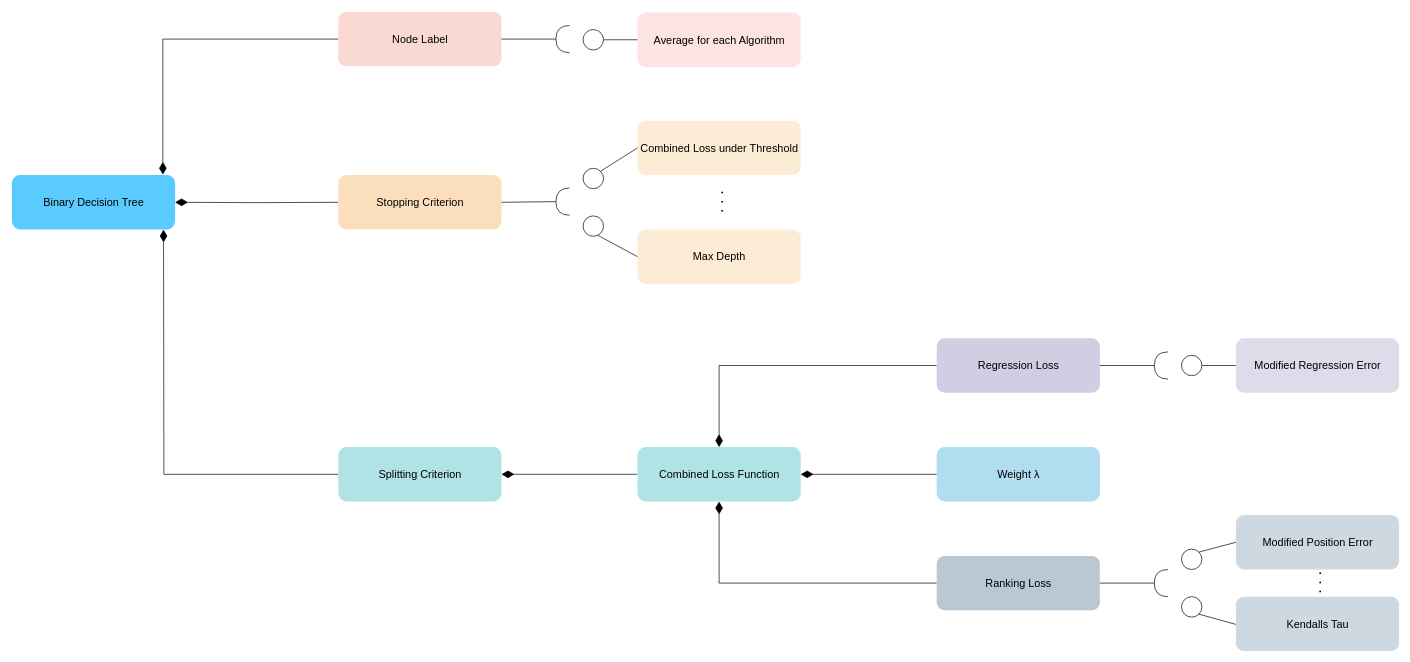
This is structure.drawio from LukasFehring/LukasFehring, a draw.io file, before an edit. Source tidied: cells renumbered, new cells numbered last; positions are measured from the earlier drawing's top-left corner, leaving out a move shared by most shapes. Both pictures are drawn from the tidied source at 68%, with x=0, y=0 at pixel (12, 12).
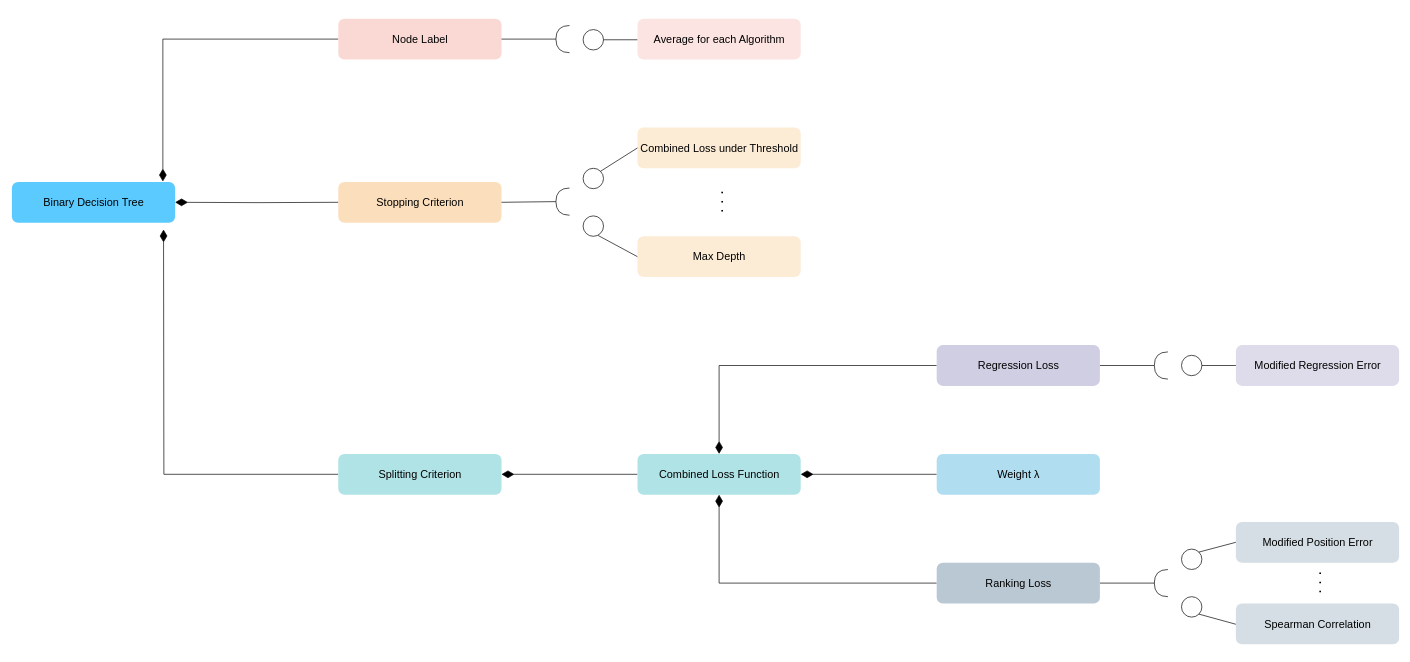
The same diagram, later.

Change to the diagram source:
```diff
@@
     <mxCell id="2" value="Binary Decision Tree" style="html=1;rounded=1;fontSize=16;fillColor=#16B4FF;strokeColor=none;gradientColor=none;opacity=70;" parent="1" vertex="1">
-      <mxGeometry y="240" width="240" height="80" as="geometry" />
+      <mxGeometry y="250" width="240" height="60" as="geometry" />
     </mxCell>
@@
     <mxCell id="6" value="Node Label" style="html=1;rounded=1;fontSize=16;fillColor=#fad9d5;strokeColor=none;rotation=0;" parent="1" vertex="1">
-      <mxGeometry x="480" width="240" height="80" as="geometry" />
+      <mxGeometry x="480" y="10" width="240" height="60" as="geometry" />
     </mxCell>
@@
     <mxCell id="9" value="Average for each Algorithm" style="html=1;rounded=1;fontSize=16;fillColor=#fad9d5;strokeColor=none;rotation=0;opacity=70;" parent="1" vertex="1">
-      <mxGeometry x="920" y="1" width="240" height="80" as="geometry" />
+      <mxGeometry x="920" y="10" width="240" height="60" as="geometry" />
     </mxCell>
     <mxCell id="10" value="Stopping Criterion" style="html=1;rounded=1;fontSize=16;fillColor=#fad7ac;strokeColor=none;rotation=0;opacity=80;" parent="1" vertex="1">
-      <mxGeometry x="480" y="240" width="240" height="80" as="geometry" />
+      <mxGeometry x="480" y="250" width="240" height="60" as="geometry" />
     </mxCell>
@@
     <mxCell id="13" value="Combined Loss under Threshold" style="html=1;rounded=1;fontSize=16;fillColor=#fad7ac;strokeColor=none;rotation=0;opacity=50;" parent="1" vertex="1">
-      <mxGeometry x="920" y="160" width="240" height="80" as="geometry" />
+      <mxGeometry x="920" y="170" width="240" height="60" as="geometry" />
     </mxCell>
@@
     <mxCell id="16" value="Max Depth" style="html=1;rounded=1;fontSize=16;fillColor=#fad7ac;strokeColor=none;rotation=0;opacity=50;" parent="1" vertex="1">
-      <mxGeometry x="920" y="320" width="240" height="80" as="geometry" />
+      <mxGeometry x="920" y="330" width="240" height="60" as="geometry" />
     </mxCell>
@@
     <mxCell id="18" value="Splitting Criterion" style="html=1;rounded=1;fontSize=16;fillColor=#b0e3e6;strokeColor=none;rotation=0;" parent="1" vertex="1">
-      <mxGeometry x="480" y="640" width="240" height="80" as="geometry" />
+      <mxGeometry x="480" y="650" width="240" height="60" as="geometry" />
     </mxCell>
@@
     <mxCell id="20" value="Combined Loss Function" style="html=1;rounded=1;fontSize=16;fillColor=#b0e3e6;rotation=0;strokeColor=none;" parent="1" vertex="1">
-      <mxGeometry x="920" y="640" width="240" height="80" as="geometry" />
+      <mxGeometry x="920" y="650" width="240" height="60" as="geometry" />
     </mxCell>
@@
     <mxCell id="23" value="Modified Regression Error" style="html=1;rounded=1;fontSize=16;fillColor=#d0cee2;strokeColor=none;rotation=0;opacity=70;" parent="1" vertex="1">
-      <mxGeometry x="1800" y="480" width="240" height="80" as="geometry" />
+      <mxGeometry x="1800" y="490" width="240" height="60" as="geometry" />
     </mxCell>
@@
     <mxCell id="37" value="&lt;font style=&quot;font-size: 16px&quot;&gt;Weight λ&lt;/font&gt;" style="html=1;rounded=1;fontSize=16;fillColor=#b1ddf0;strokeColor=none;rotation=0;" parent="1" vertex="1">
-      <mxGeometry x="1360" y="640" width="240" height="80" as="geometry" />
+      <mxGeometry x="1360" y="650" width="240" height="60" as="geometry" />
     </mxCell>
@@
     <mxCell id="39" value="Ranking Loss" style="html=1;rounded=1;fontSize=16;fillColor=#bac8d3;strokeColor=none;rotation=0;" parent="1" vertex="1">
-      <mxGeometry x="1360" y="800" width="240" height="80" as="geometry" />
+      <mxGeometry x="1360" y="810" width="240" height="60" as="geometry" />
     </mxCell>
-    <mxCell id="40" value="Kendalls Tau" style="html=1;rounded=1;fontSize=16;fillColor=#bac8d3;strokeColor=none;rotation=0;opacity=70;" parent="1" vertex="1">
-      <mxGeometry x="1800" y="860" width="240" height="80" as="geometry" />
+    <mxCell id="40" value="Spearman Correlation" style="html=1;rounded=1;fontSize=16;fillColor=#bac8d3;strokeColor=none;rotation=0;opacity=60;" parent="1" vertex="1">
+      <mxGeometry x="1800" y="870" width="240" height="60" as="geometry" />
     </mxCell>
-    <mxCell id="41" value="Modified Position Error" style="html=1;rounded=1;fontSize=16;fillColor=#bac8d3;strokeColor=none;rotation=0;opacity=70;" parent="1" vertex="1">
-      <mxGeometry x="1800" y="740" width="240" height="80" as="geometry" />
+    <mxCell id="41" value="Modified Position Error" style="html=1;rounded=1;fontSize=16;fillColor=#bac8d3;strokeColor=none;rotation=0;opacity=60;" parent="1" vertex="1">
+      <mxGeometry x="1800" y="750" width="240" height="60" as="geometry" />
     </mxCell>
@@
     <mxCell id="43" value="Regression Loss" style="html=1;rounded=1;fontSize=16;fillColor=#d0cee2;strokeColor=none;rotation=0;" parent="1" vertex="1">
-      <mxGeometry x="1360" y="480" width="240" height="80" as="geometry" />
+      <mxGeometry x="1360" y="490" width="240" height="60" as="geometry" />
     </mxCell>
```
